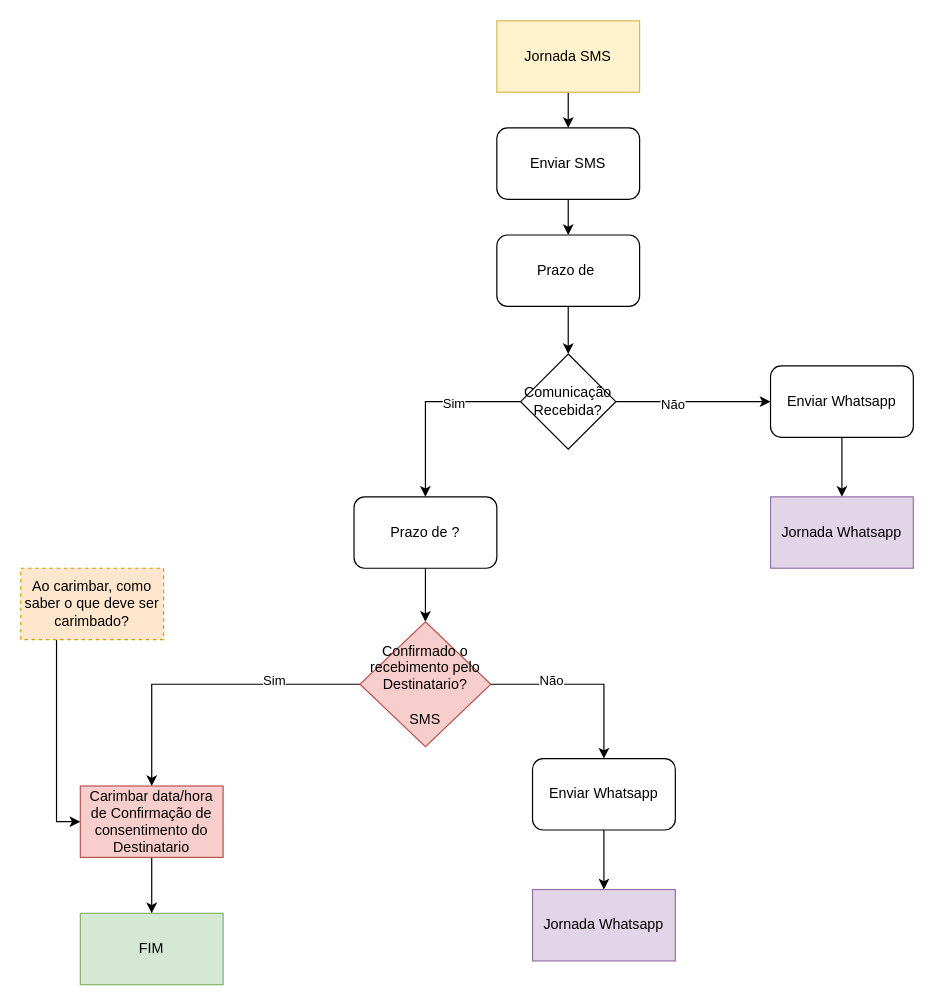
Earlier version of the draw.io diagram page "Desenho Jornada SMS" (4 of 6) of Diagrama Carimbo.drawio (caio-bueno/draws-valid). Source tidied: cells renumbered, new cells numbered last; positions are measured from the earlier drawing's top-left corner, leaving out a move shared by most shapes. Both pictures are drawn from the tidied source at 119%, with x=0, y=0 at pixel (20, 20).
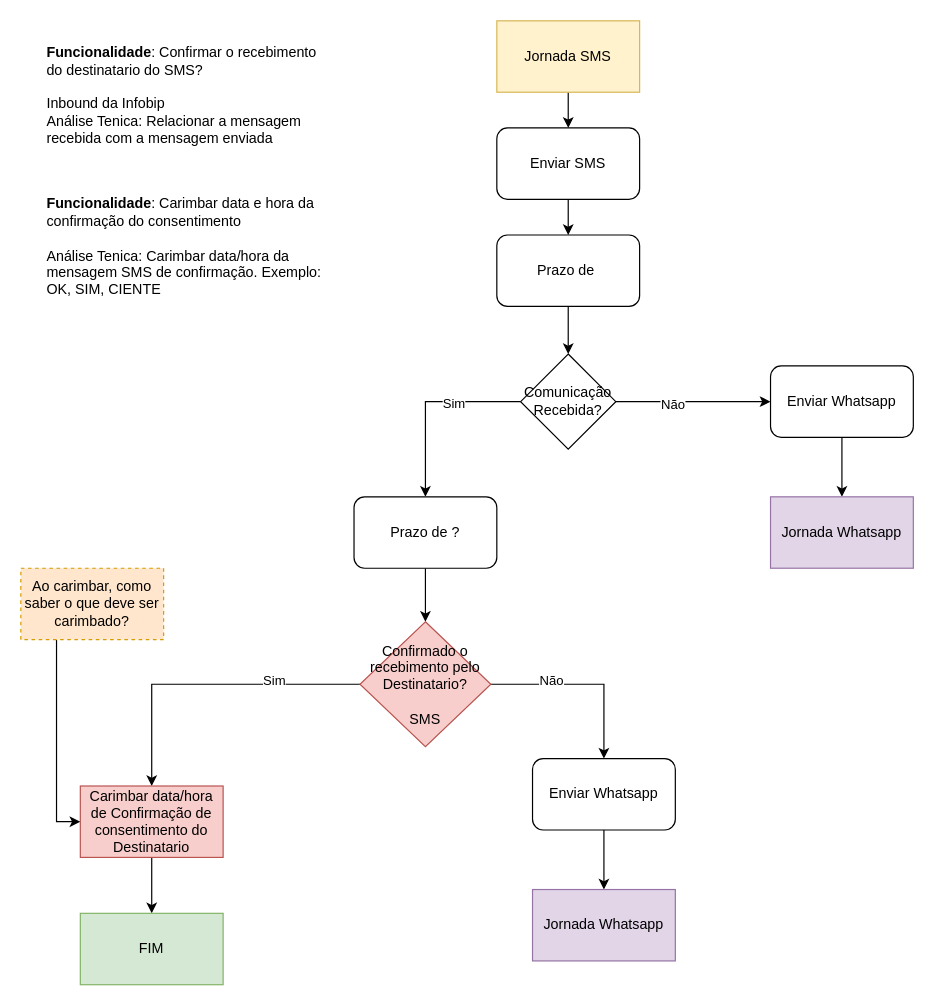
The same diagram, later.

The edit, as a diff of the source:
```diff
@@
+    <mxCell id="31" value="&lt;b&gt;Funcionalidade&lt;/b&gt;: Confirmar o recebimento do destinatario do SMS?&lt;div&gt;&lt;br&gt;&lt;/div&gt;&lt;div&gt;&lt;span style=&quot;background-color: transparent; color: light-dark(rgb(0, 0, 0), rgb(255, 255, 255));&quot;&gt;Inbound da Infobip&lt;/span&gt;&lt;/div&gt;&lt;div&gt;Análise Tenica: Relacionar a mensagem recebida com a mensagem enviada&lt;/div&gt;&lt;div&gt;&lt;br&gt;&lt;/div&gt;" style="text;html=1;align=left;verticalAlign=middle;whiteSpace=wrap;rounded=0;" parent="1" vertex="1">
+      <mxGeometry x="20" y="10" width="240" height="120" as="geometry" />
+    </mxCell>
+    <mxCell id="32" value="&lt;b&gt;Funcionalidade&lt;/b&gt;: Carimbar data e hora da confirmação do consentimento&lt;div&gt;&lt;div&gt;&lt;br&gt;&lt;/div&gt;&lt;div&gt;Análise Tenica: Carimbar data/hora da mensagem SMS de confirmação. Exemplo: OK, SIM, CIENTE&lt;/div&gt;&lt;/div&gt;" style="text;html=1;align=left;verticalAlign=middle;whiteSpace=wrap;rounded=0;" parent="1" vertex="1">
+      <mxGeometry x="20" y="130" width="240" height="120" as="geometry" />
+    </mxCell>
```
